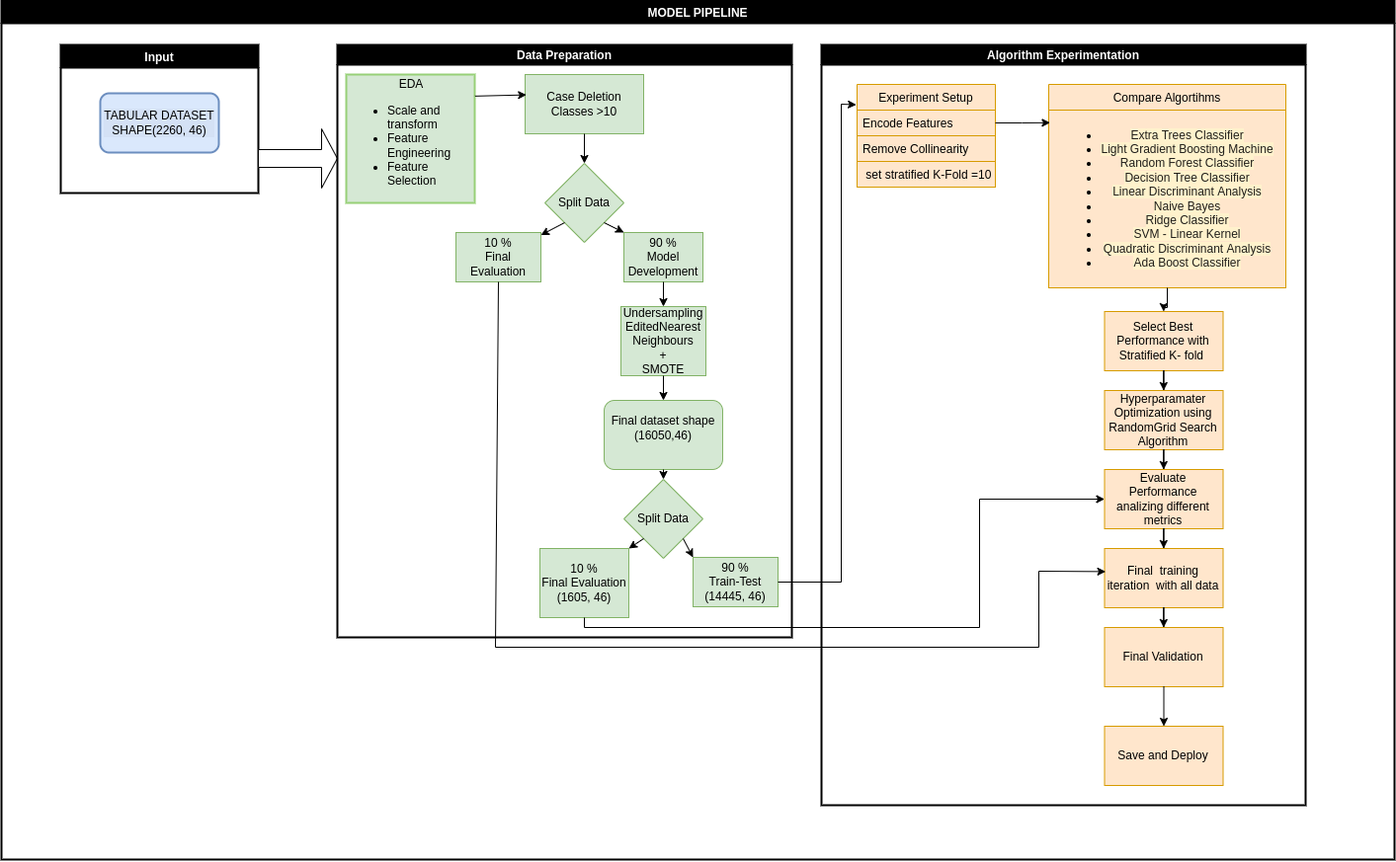
DASA39/Archaeological-p-XRF-mineral-data-classification-Model keeps this draw.io diagram as pipeline.drawio.png. Above is the earlier version. Source tidied: cells renumbered, new cells last; positions are measured from the earlier drawing's top-left corner, leaving out a move shared by most shapes.
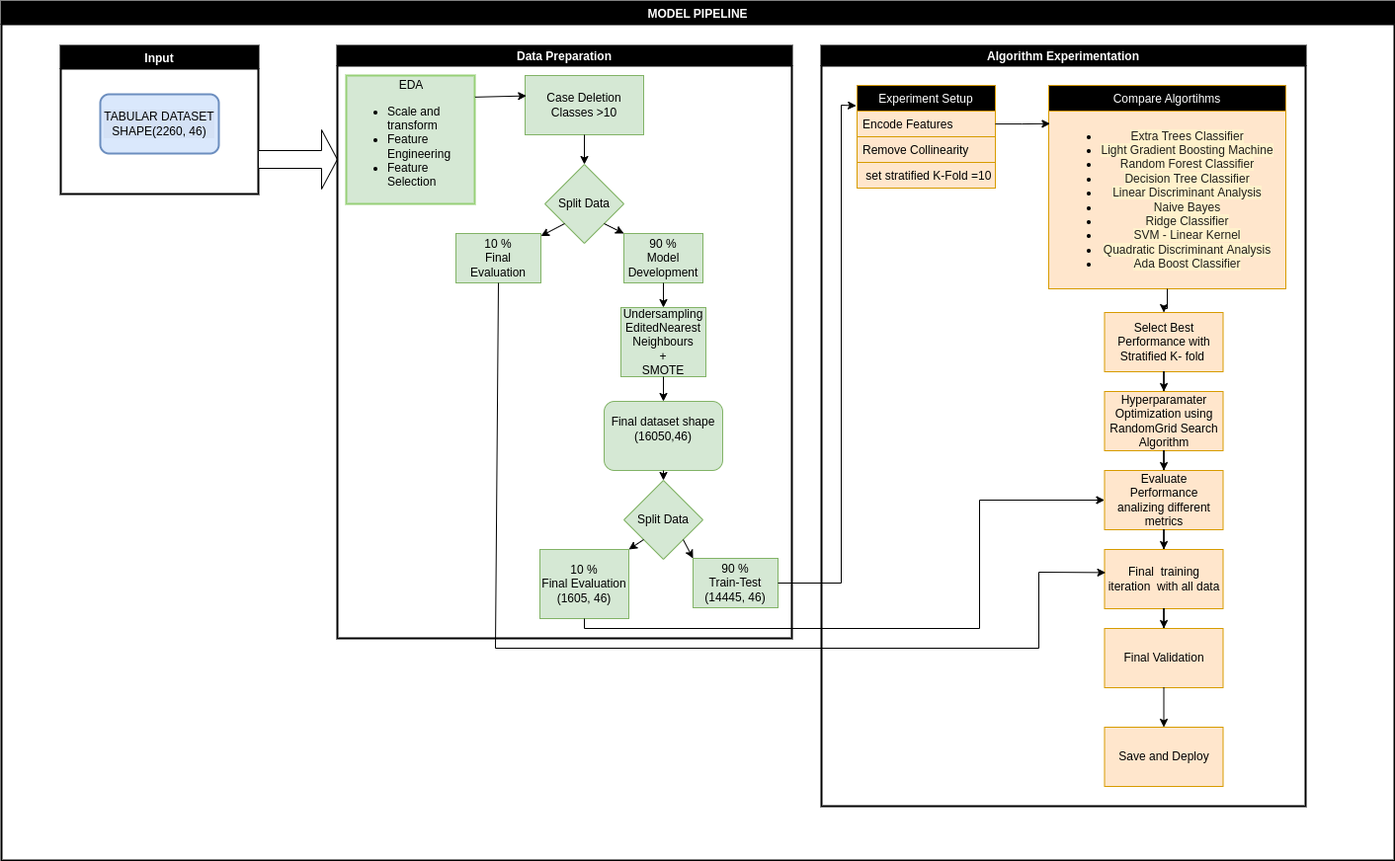
After the commit.

Diff of the diagram source:
```diff
@@ -71,7 +71,7 @@
     <mxCell id="24" value="Algorithm Experimentation" style="swimlane;startSize=20;horizontal=1;containerType=tree;newEdgeStyle={&quot;edgeStyle&quot;:&quot;elbowEdgeStyle&quot;,&quot;startArrow&quot;:&quot;none&quot;,&quot;endArrow&quot;:&quot;none&quot;};fillColor=#000000;fontColor=#FFFFFF;strokeWidth=2;" parent="1" vertex="1">
       <mxGeometry x="830" y="45" width="490" height="770" as="geometry" />
     </mxCell>
-    <mxCell id="25" value="Experiment Setup" style="swimlane;fontStyle=0;horizontal=1;startSize=26;fillColor=#ffe6cc;strokeColor=#d79b00;" parent="24" vertex="1">
+    <mxCell id="25" value="Experiment Setup" style="swimlane;fontStyle=0;horizontal=1;startSize=26;fillColor=#000000;strokeColor=#d79b00;fontColor=#FFFFFF;" parent="24" vertex="1">
       <mxGeometry x="36" y="40" width="140" height="104" as="geometry" />
     </mxCell>
     <mxCell id="26" value="Encode Features" style="text;strokeColor=#d79b00;fillColor=#ffe6cc;align=left;verticalAlign=top;spacingLeft=4;spacingRight=4;overflow=hidden;points=[[0,0.5],[1,0.5]];portConstraint=eastwest;" parent="25" vertex="1">
@@ -83,7 +83,7 @@
     <mxCell id="28" value=" set stratified K-Fold =10" style="text;strokeColor=#d79b00;fillColor=#ffe6cc;align=left;verticalAlign=top;spacingLeft=4;spacingRight=4;overflow=hidden;" parent="25" vertex="1">
       <mxGeometry y="78" width="140" height="26" as="geometry" />
     </mxCell>
-    <mxCell id="29" value="Compare Algortihms" style="swimlane;fontStyle=0;horizontal=1;startSize=26;fillColor=#ffe6cc;strokeColor=#d79b00;" parent="24" vertex="1">
+    <mxCell id="29" value="Compare Algortihms" style="swimlane;fontStyle=0;horizontal=1;startSize=26;fillColor=#000000;strokeColor=#d79b00;fontColor=#FFFFFF;" parent="24" vertex="1">
       <mxGeometry x="230" y="40" width="240" height="206" as="geometry" />
     </mxCell>
     <mxCell id="30" value="&lt;ul&gt;&lt;li&gt;&lt;span style=&quot;background-color: rgb(255, 242, 204);&quot;&gt;&lt;span style=&quot;color: rgba(0, 0, 0, 0.87); font-family: -apple-system, BlinkMacSystemFont, &amp;quot;Segoe UI&amp;quot;, Helvetica, Arial, sans-serif, &amp;quot;Apple Color Emoji&amp;quot;, &amp;quot;Segoe UI Emoji&amp;quot;, &amp;quot;Segoe UI Symbol&amp;quot;; text-align: left;&quot;&gt;Extra Trees Classifier&lt;/span&gt;&lt;br&gt;&lt;/span&gt;&lt;/li&gt;&lt;li&gt;&lt;span style=&quot;color: rgba(0, 0, 0, 0.87); font-family: -apple-system, BlinkMacSystemFont, &amp;quot;Segoe UI&amp;quot;, Helvetica, Arial, sans-serif, &amp;quot;Apple Color Emoji&amp;quot;, &amp;quot;Segoe UI Emoji&amp;quot;, &amp;quot;Segoe UI Symbol&amp;quot;; text-align: left; background-color: rgb(255, 242, 204);&quot;&gt;Light Gradient Boosting Machine&lt;/span&gt;&lt;/li&gt;&lt;li&gt;&lt;span style=&quot;color: rgba(0, 0, 0, 0.87); font-family: -apple-system, BlinkMacSystemFont, &amp;quot;Segoe UI&amp;quot;, Helvetica, Arial, sans-serif, &amp;quot;Apple Color Emoji&amp;quot;, &amp;quot;Segoe UI Emoji&amp;quot;, &amp;quot;Segoe UI Symbol&amp;quot;; text-align: left; background-color: rgb(255, 242, 204);&quot;&gt;Random Forest Classifier&lt;/span&gt;&lt;/li&gt;&lt;li&gt;&lt;span style=&quot;color: rgba(0, 0, 0, 0.87); font-family: -apple-system, BlinkMacSystemFont, &amp;quot;Segoe UI&amp;quot;, Helvetica, Arial, sans-serif, &amp;quot;Apple Color Emoji&amp;quot;, &amp;quot;Segoe UI Emoji&amp;quot;, &amp;quot;Segoe UI Symbol&amp;quot;; text-align: left; background-color: rgb(255, 242, 204);&quot;&gt;Decision Tree Classifier&lt;/span&gt;&lt;/li&gt;&lt;li&gt;&lt;span style=&quot;color: rgba(0, 0, 0, 0.87); font-family: -apple-system, BlinkMacSystemFont, &amp;quot;Segoe UI&amp;quot;, Helvetica, Arial, sans-serif, &amp;quot;Apple Color Emoji&amp;quot;, &amp;quot;Segoe UI Emoji&amp;quot;, &amp;quot;Segoe UI Symbol&amp;quot;; text-align: left; background-color: rgb(255, 242, 204);&quot;&gt;Linear Discriminant Analysis&lt;/span&gt;&lt;/li&gt;&lt;li&gt;&lt;span style=&quot;color: rgba(0, 0, 0, 0.87); font-family: -apple-system, BlinkMacSystemFont, &amp;quot;Segoe UI&amp;quot;, Helvetica, Arial, sans-serif, &amp;quot;Apple Color Emoji&amp;quot;, &amp;quot;Segoe UI Emoji&amp;quot;, &amp;quot;Segoe UI Symbol&amp;quot;; text-align: left; background-color: rgb(255, 242, 204);&quot;&gt;Naive Bayes&lt;/span&gt;&lt;/li&gt;&lt;li&gt;&lt;span style=&quot;color: rgba(0, 0, 0, 0.87); font-family: -apple-system, BlinkMacSystemFont, &amp;quot;Segoe UI&amp;quot;, Helvetica, Arial, sans-serif, &amp;quot;Apple Color Emoji&amp;quot;, &amp;quot;Segoe UI Emoji&amp;quot;, &amp;quot;Segoe UI Symbol&amp;quot;; text-align: left; background-color: rgb(255, 242, 204);&quot;&gt;Ridge Classifier&lt;br&gt;&lt;/span&gt;&lt;/li&gt;&lt;li&gt;&lt;span style=&quot;background-color: rgb(255, 242, 204);&quot;&gt;&lt;span style=&quot;color: rgba(0, 0, 0, 0.87); font-family: -apple-system, BlinkMacSystemFont, &amp;quot;Segoe UI&amp;quot;, Helvetica, Arial, sans-serif, &amp;quot;Apple Color Emoji&amp;quot;, &amp;quot;Segoe UI Emoji&amp;quot;, &amp;quot;Segoe UI Symbol&amp;quot;; text-align: left;&quot;&gt;SVM - Linear Kernel&lt;/span&gt;&lt;br&gt;&lt;/span&gt;&lt;/li&gt;&lt;li&gt;&lt;span style=&quot;background-color: rgb(255, 242, 204);&quot;&gt;&lt;span style=&quot;color: rgba(0, 0, 0, 0.87); font-family: -apple-system, BlinkMacSystemFont, &amp;quot;Segoe UI&amp;quot;, Helvetica, Arial, sans-serif, &amp;quot;Apple Color Emoji&amp;quot;, &amp;quot;Segoe UI Emoji&amp;quot;, &amp;quot;Segoe UI Symbol&amp;quot;; text-align: left;&quot;&gt;Quadratic Discriminant Analysis&lt;/span&gt;&lt;br&gt;&lt;/span&gt;&lt;/li&gt;&lt;li&gt;&lt;span style=&quot;color: rgba(0, 0, 0, 0.87); font-family: -apple-system, BlinkMacSystemFont, &amp;quot;Segoe UI&amp;quot;, Helvetica, Arial, sans-serif, &amp;quot;Apple Color Emoji&amp;quot;, &amp;quot;Segoe UI Emoji&amp;quot;, &amp;quot;Segoe UI Symbol&amp;quot;; text-align: left; background-color: rgb(255, 242, 204);&quot;&gt;Ada Boost Classifier&lt;/span&gt;&lt;/li&gt;&lt;/ul&gt;" style="text;html=1;align=center;verticalAlign=middle;points=[];strokeColor=#d79b00;fillColor=#ffe6cc;" parent="29" vertex="1">
```
